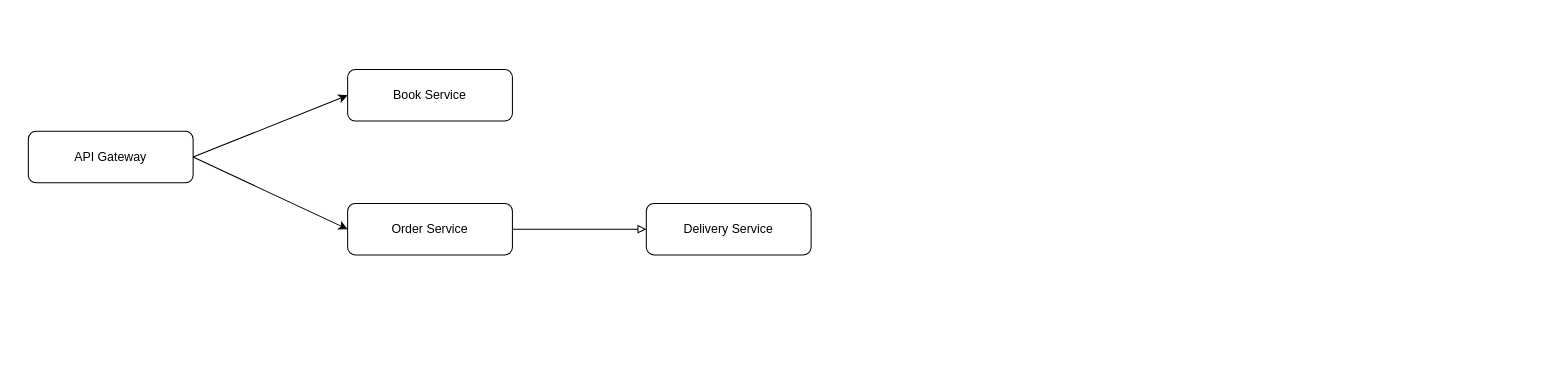
Earlier version of the draw.io diagram architecture/online-shop-demo.drawio (ysavchen/online-shop-demo). Source tidied: cells renumbered, new cells numbered last; positions are measured from the earlier drawing's top-left corner, leaving out a move shared by most shapes. Both pictures are drawn from the tidied source at 103%, with x=0, y=0 at pixel (28, 69).
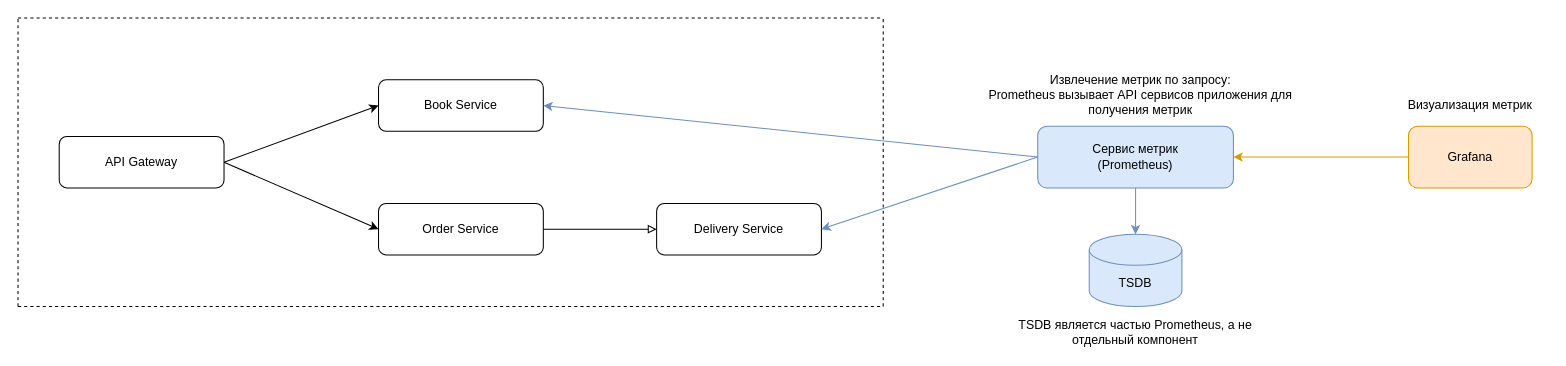
Above is the later version.

Commit message:
Add prometheus to architecture

Diff of the diagram source:
```diff
@@
     <mxCell id="2" value="Book Service" style="rounded=1;whiteSpace=wrap;html=1;fontSize=12;glass=0;strokeWidth=1;shadow=0;" parent="1" vertex="1">
-      <mxGeometry x="310" width="160" height="50" as="geometry" />
+      <mxGeometry x="340" y="10" width="160" height="50" as="geometry" />
     </mxCell>
@@
     <mxCell id="4" value="Order Service" style="rounded=1;whiteSpace=wrap;html=1;fontSize=12;glass=0;strokeWidth=1;shadow=0;" parent="1" vertex="1">
-      <mxGeometry x="310" y="130" width="160" height="50" as="geometry" />
+      <mxGeometry x="340" y="130" width="160" height="50" as="geometry" />
     </mxCell>
     <mxCell id="5" value="Delivery Service" style="rounded=1;whiteSpace=wrap;html=1;fontSize=12;glass=0;strokeWidth=1;shadow=0;" parent="1" vertex="1">
-      <mxGeometry x="600" y="130" width="160" height="50" as="geometry" />
+      <mxGeometry x="610" y="130" width="160" height="50" as="geometry" />
     </mxCell>
     <mxCell id="6" value="API Gateway" style="rounded=1;whiteSpace=wrap;html=1;fontSize=12;glass=0;strokeWidth=1;shadow=0;" parent="1" vertex="1">
-      <mxGeometry y="60" width="160" height="50" as="geometry" />
+      <mxGeometry x="30" y="65" width="160" height="50" as="geometry" />
     </mxCell>
@@
+    <mxCell id="9" style="endArrow=none;dashed=1;html=1;rounded=0;" parent="1" edge="1">
+      <mxGeometry relative="1" as="geometry">
+        <mxPoint x="830" y="230" as="sourcePoint" />
+        <mxPoint x="830" y="-50" as="targetPoint" />
+      </mxGeometry>
+    </mxCell>
+    <mxCell id="10" style="endArrow=none;dashed=1;html=1;rounded=0;" parent="1" edge="1">
+      <mxGeometry relative="1" as="geometry">
+        <mxPoint x="-10" y="230" as="sourcePoint" />
+        <mxPoint x="830" y="230" as="targetPoint" />
+      </mxGeometry>
+    </mxCell>
+    <mxCell id="11" style="endArrow=none;dashed=1;html=1;rounded=0;" parent="1" edge="1">
+      <mxGeometry relative="1" as="geometry">
+        <mxPoint x="-10" y="230" as="sourcePoint" />
+        <mxPoint x="-10" y="-50" as="targetPoint" />
+      </mxGeometry>
+    </mxCell>
+    <mxCell id="12" style="endArrow=none;dashed=1;html=1;rounded=0;" parent="1" edge="1">
+      <mxGeometry relative="1" as="geometry">
+        <mxPoint x="-10" y="-50" as="sourcePoint" />
+        <mxPoint x="830" y="-50" as="targetPoint" />
+      </mxGeometry>
+    </mxCell>
+    <mxCell id="13" style="edgeStyle=orthogonalEdgeStyle;rounded=0;jettySize=auto;html=1;fillColor=#dae8fc;strokeColor=#6c8ebf;" parent="1" edge="1" source="14" target="18">
+      <mxGeometry relative="1" as="geometry" />
+    </mxCell>
+    <mxCell id="14" value="Сервис метрик &lt;br&gt;(Prometheus)" style="rounded=1;whiteSpace=wrap;html=1;fillColor=#dae8fc;strokeColor=#6c8ebf;" parent="1" vertex="1">
+      <mxGeometry x="980" y="55" width="190" height="60" as="geometry" />
+    </mxCell>
+    <mxCell id="15" style="endArrow=classic;html=1;rounded=0;exitX=0;exitY=0.5;exitDx=0;exitDy=0;entryX=1;entryY=0.5;entryDx=0;entryDy=0;fillColor=#dae8fc;strokeColor=#6c8ebf;" parent="1" edge="1" source="14" target="2">
+      <mxGeometry relative="1" as="geometry" />
+    </mxCell>
+    <mxCell id="16" style="endArrow=classic;html=1;rounded=0;exitX=0;exitY=0.5;exitDx=0;exitDy=0;entryX=1;entryY=0.5;entryDx=0;entryDy=0;fillColor=#dae8fc;strokeColor=#6c8ebf;" parent="1" edge="1" source="14" target="5">
+      <mxGeometry relative="1" as="geometry" />
+    </mxCell>
+    <mxCell id="17" value="Извлечение метрик по запросу:&lt;br&gt;Prometheus вызывает API сервисов приложения для получения метрик" style="text;html=1;align=center;verticalAlign=middle;whiteSpace=wrap;rounded=0;" parent="1" vertex="1">
+      <mxGeometry x="930" y="10" width="300" height="30" as="geometry" />
+    </mxCell>
+    <mxCell id="18" value="TSDB" style="shape=cylinder3;whiteSpace=wrap;html=1;boundedLbl=1;backgroundOutline=1;size=15;fillColor=#dae8fc;strokeColor=#6c8ebf;" parent="1" vertex="1">
+      <mxGeometry x="1030" y="160" width="90" height="70" as="geometry" />
+    </mxCell>
+    <mxCell id="19" value="TSDB является частью Prometheus, а не отдельный компонент" style="text;html=1;align=center;verticalAlign=middle;whiteSpace=wrap;rounded=0;" parent="1" vertex="1">
+      <mxGeometry x="955" y="240" width="240" height="30" as="geometry" />
+    </mxCell>
+    <mxCell id="20" style="edgeStyle=orthogonalEdgeStyle;rounded=0;jettySize=auto;html=1;entryX=1;entryY=0.5;entryDx=0;entryDy=0;fillColor=#ffe6cc;strokeColor=#d79b00;" parent="1" edge="1" source="21" target="14">
+      <mxGeometry relative="1" as="geometry" />
+    </mxCell>
+    <mxCell id="21" value="Grafana" style="rounded=1;whiteSpace=wrap;html=1;fillColor=#ffe6cc;strokeColor=#d79b00;" parent="1" vertex="1">
+      <mxGeometry x="1340" y="55" width="120" height="60" as="geometry" />
+    </mxCell>
+    <mxCell id="22" value="Визуализация метрик" style="text;html=1;align=center;verticalAlign=middle;whiteSpace=wrap;rounded=0;" parent="1" vertex="1">
+      <mxGeometry x="1325" y="20" width="150" height="30" as="geometry" />
+    </mxCell>
```
